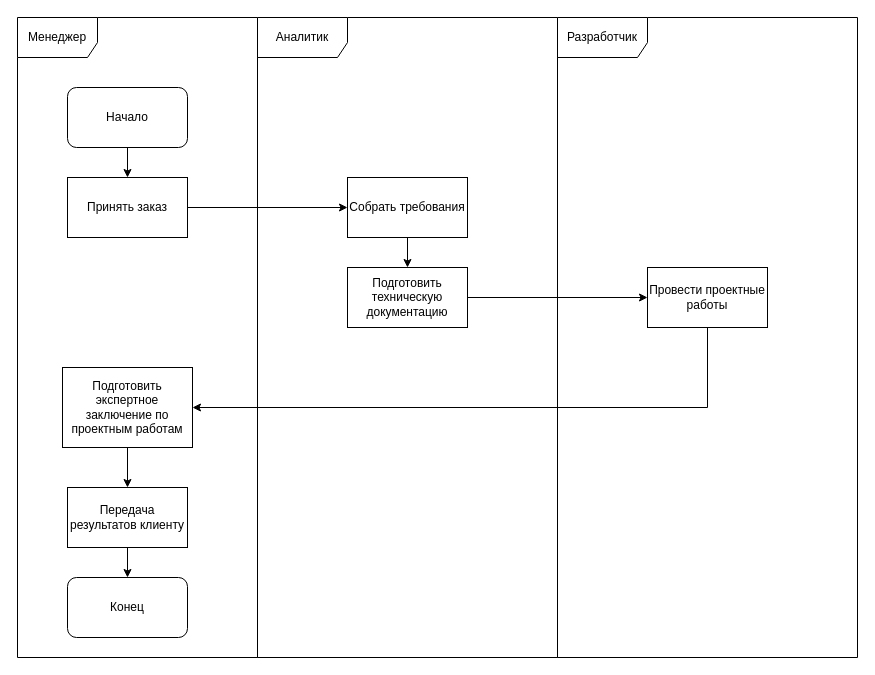
Earlier version of the draw.io diagram page "Страница — 1" (1 of 4) of 3 курс/5 семестр/Моделирование бизнес-процессов/Практика 29/pr29.drawio (Kirill010/RTU-MIREA). Source tidied: cells renumbered, new cells numbered last; positions are measured from the earlier drawing's top-left corner, leaving out a move shared by most shapes. Both pictures are drawn from the tidied source at 100%, with x=0, y=0 at pixel (17, 17).
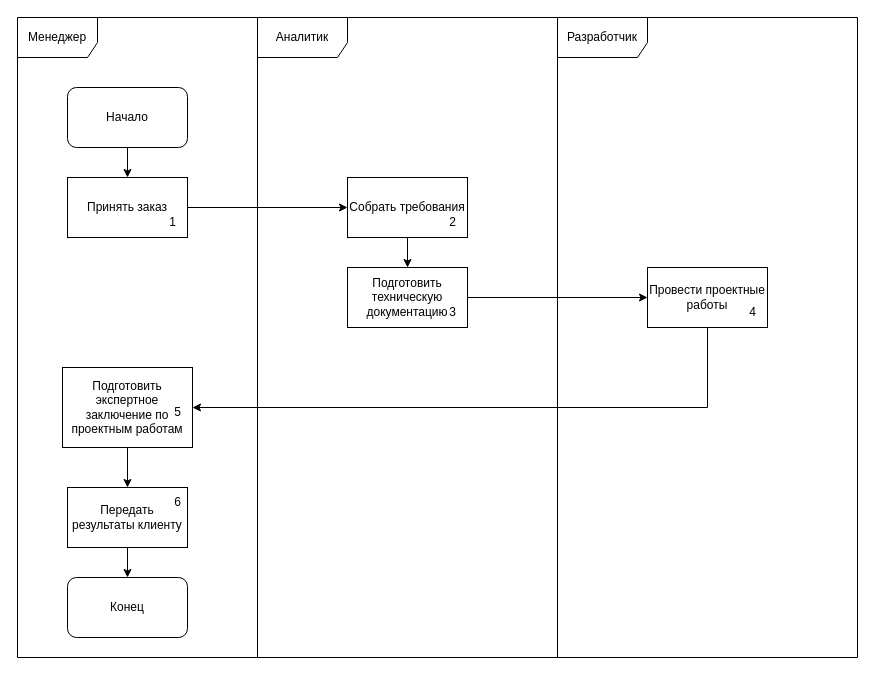
After the change.

Change to the diagram source:
```diff
@@
-    <mxCell id="18" value="Передача результатов клиенту" style="rounded=0;whiteSpace=wrap;html=1;" parent="1" vertex="1">
+    <mxCell id="18" value="Передать результаты клиенту" style="rounded=0;whiteSpace=wrap;html=1;" parent="1" vertex="1">
       <mxGeometry x="50" y="470" width="120" height="60" as="geometry" />
     </mxCell>
@@
+    <mxCell id="20" value="1" style="text;html=1;align=center;verticalAlign=middle;strokeColor=none;fillColor=none;" parent="1" vertex="1">
+      <mxGeometry x="140" y="190" width="30" height="30" as="geometry" />
+    </mxCell>
+    <mxCell id="21" value="2" style="text;html=1;align=center;verticalAlign=middle;strokeColor=none;fillColor=none;" parent="1" vertex="1">
+      <mxGeometry x="420" y="190" width="30" height="30" as="geometry" />
+    </mxCell>
+    <mxCell id="22" value="3" style="text;html=1;align=center;verticalAlign=middle;strokeColor=none;fillColor=none;" parent="1" vertex="1">
+      <mxGeometry x="420" y="280" width="30" height="30" as="geometry" />
+    </mxCell>
+    <mxCell id="23" value="4" style="text;html=1;align=center;verticalAlign=middle;strokeColor=none;fillColor=none;" parent="1" vertex="1">
+      <mxGeometry x="720" y="280" width="30" height="30" as="geometry" />
+    </mxCell>
+    <mxCell id="24" value="5" style="text;html=1;align=center;verticalAlign=middle;strokeColor=none;fillColor=none;" parent="1" vertex="1">
+      <mxGeometry x="145" y="380" width="30" height="30" as="geometry" />
+    </mxCell>
+    <mxCell id="25" value="6" style="text;html=1;align=center;verticalAlign=middle;strokeColor=none;fillColor=none;" parent="1" vertex="1">
+      <mxGeometry x="145" y="470" width="30" height="30" as="geometry" />
+    </mxCell>
```
